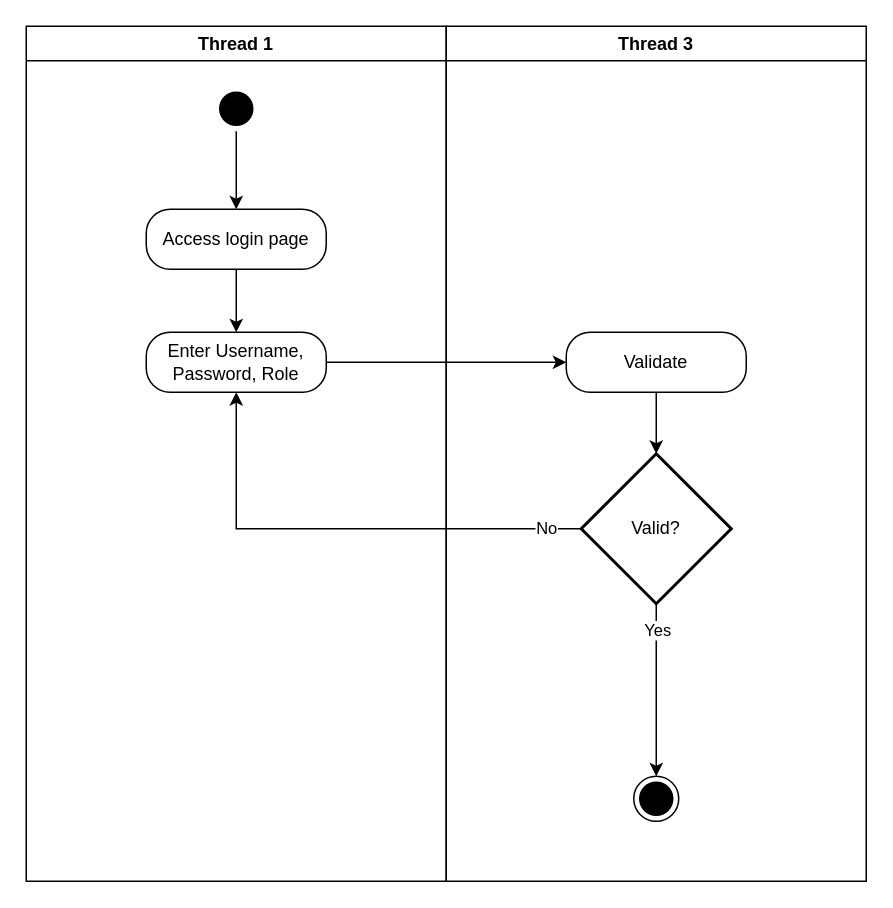
Earlier version of the draw.io diagram Diagrams/Activity Diagrams/Sign in.drawio (Abdulmohsen23/IS498). Source tidied: cells renumbered, new cells numbered last; positions are measured from the earlier drawing's top-left corner, leaving out a move shared by most shapes. Both pictures are drawn from the tidied source at 150%, with x=0, y=0 at pixel (26, 26).
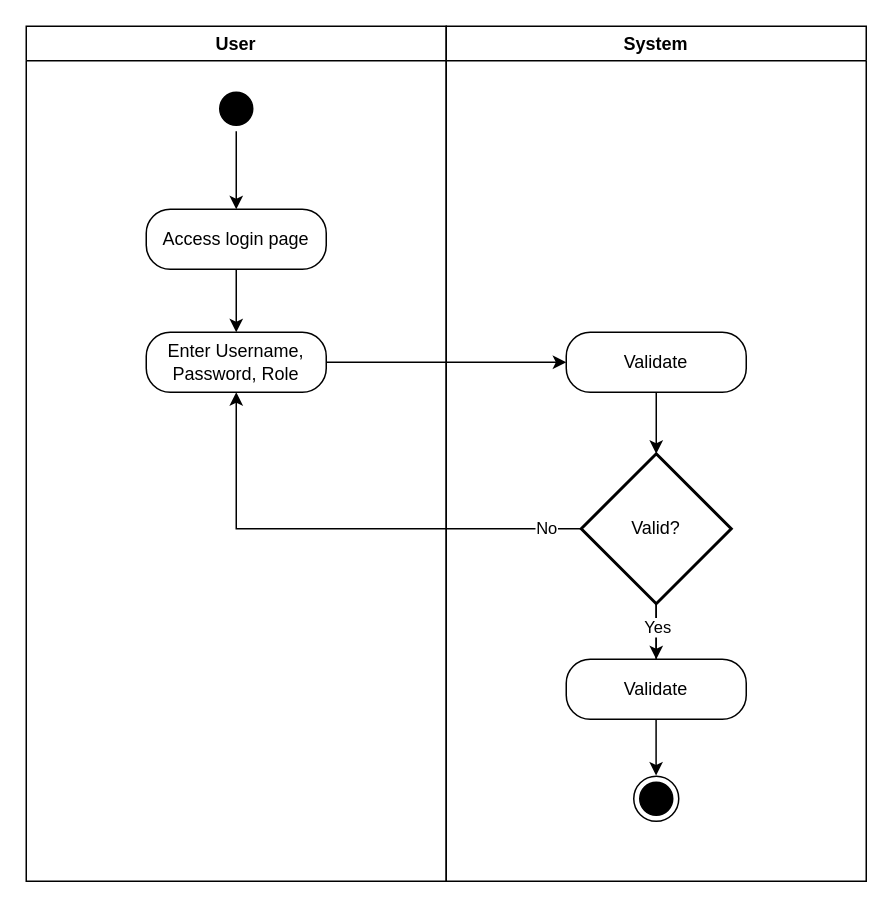
The same diagram, later.

The change refers to these unchanged cells:
```xml
<mxCell id="9" style="ellipse;shape=endState;fillColor=#000000;strokeColor=#000000;" parent="8" vertex="1">
  <mxGeometry x="125" y="500" width="30" height="30" as="geometry" />
</mxCell>
```

The edit, as a diff of the source:
```diff
@@
-    <mxCell id="2" value="Thread 1" style="swimlane;whiteSpace=wrap;strokeColor=#000000;" parent="1" vertex="1">
+    <mxCell id="2" value="User" style="swimlane;whiteSpace=wrap;strokeColor=#000000;" parent="1" vertex="1">
       <mxGeometry width="280" height="570" as="geometry" />
     </mxCell>
@@
-    <mxCell id="8" value="Thread 3" style="swimlane;whiteSpace=wrap;strokeColor=#000000;" parent="1" vertex="1">
+    <mxCell id="8" value="System" style="swimlane;whiteSpace=wrap;strokeColor=#000000;startSize=23;" parent="1" vertex="1">
       <mxGeometry x="280" width="280" height="570" as="geometry" />
     </mxCell>
@@
-    <mxCell id="12" style="edgeStyle=orthogonalEdgeStyle;rounded=0;jettySize=auto;html=1;" parent="8" edge="1" source="14" target="9">
-      <mxGeometry relative="1" as="geometry" />
+    <mxCell id="12" style="edgeStyle=orthogonalEdgeStyle;rounded=0;orthogonalLoop=1;jettySize=auto;html=1;" parent="8" edge="1">
+      <mxGeometry relative="1" as="geometry">
+        <mxPoint x="139.9" y="384.5" as="sourcePoint" />
+        <mxPoint x="139.9" y="499.5" as="targetPoint" />
+      </mxGeometry>
     </mxCell>
+    <mxCell id="14" value="Valid?" style="strokeWidth=2;html=1;shape=mxgraph.flowchart.decision;whiteSpace=wrap;" parent="8" vertex="1">
+      <mxGeometry x="90" y="285" width="100" height="100" as="geometry" />
+    </mxCell>
+    <mxCell id="18" value="Validate" style="rounded=1;whiteSpace=wrap;html=1;arcSize=40;fontColor=#000000;fillColor=#FFFFFF;strokeColor=#000000;shadow=0;" parent="8" vertex="1">
+      <mxGeometry x="80" y="422" width="120" height="40" as="geometry" />
+    </mxCell>
+    <mxCell id="19" style="edgeStyle=orthogonalEdgeStyle;rounded=0;jettySize=auto;html=1;exitX=0.5;exitY=1;exitDx=0;exitDy=0;entryX=0.5;entryY=0;entryDx=0;entryDy=0;exitPerimeter=0;" parent="8" edge="1" source="14" target="18">
+      <mxGeometry relative="1" as="geometry" />
+    </mxCell>
-    <mxCell id="13" value="Yes" style="edgeLabel;html=1;align=center;verticalAlign=middle;" parent="12" vertex="1">
-      <mxGeometry x="-0.71" relative="1" as="geometry" />
+    <mxCell id="13" value="Yes" style="edgeLabel;html=1;align=center;verticalAlign=middle;" parent="19" vertex="1">
+      <mxGeometry x="-0.21" y="-1" relative="1" as="geometry">
+        <mxPoint x="1" as="offset" />
+      </mxGeometry>
     </mxCell>
-    <mxCell id="14" value="Valid?" style="strokeWidth=2;html=1;shape=mxgraph.flowchart.decision;whiteSpace=wrap;" parent="8" vertex="1">
-      <mxGeometry x="90" y="285" width="100" height="100" as="geometry" />
-    </mxCell>
```
